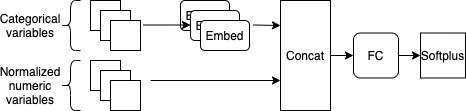
Earlier version of the draw.io export manuscript/images/nn.png (kasaai/embed-actuarial). Source tidied: cells renumbered, new cells last; positions are measured from the earlier drawing's top-left corner, leaving out a move shared by most shapes.
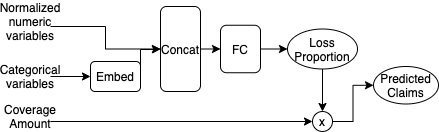
After the commit.

Change to the diagram source:
```diff
@@ -1,78 +1,62 @@
-<mxGraphModel>
+<mxGraphModel math="1">
   <root>
     <mxCell id="0" />
     <mxCell id="1" parent="0" />
-    <mxCell id="2" style="rounded=0;whiteSpace=wrap;html=1;" parent="1" vertex="1">
-      <mxGeometry x="80" width="30" height="30" as="geometry" />
-    </mxCell>
+    <mxCell id="23" style="edgeStyle=orthogonalEdgeStyle;rounded=0;jettySize=auto;html=1;exitX=1;exitY=0.75;exitDx=0;exitDy=0;entryX=0;entryY=0.5;entryDx=0;entryDy=0;" parent="1" edge="1" source="12" target="16">
+      <mxGeometry relative="1" as="geometry" />
+    </mxCell>
+    <mxCell id="12" value="Normalized numeric variables" style="text;html=1;strokeColor=none;fillColor=none;align=center;verticalAlign=middle;whiteSpace=wrap;rounded=0;" parent="1" vertex="1">
+      <mxGeometry x="-10" y="45" width="40" height="20" as="geometry" />
+    </mxCell>
-    <mxCell id="3" style="shape=curlyBracket;whiteSpace=wrap;html=1;rounded=1;" parent="1" vertex="1">
-      <mxGeometry x="50" width="20" height="50" as="geometry" />
+    <mxCell id="3" style="edgeStyle=orthogonalEdgeStyle;rounded=0;jettySize=auto;html=1;exitX=1;exitY=0.5;exitDx=0;exitDy=0;" parent="1" edge="1" source="24" target="25">
+      <mxGeometry relative="1" as="geometry" />
     </mxCell>
+    <mxCell id="24" value="Categorical variables" style="text;html=1;strokeColor=none;fillColor=none;align=center;verticalAlign=middle;whiteSpace=wrap;rounded=0;" parent="1" vertex="1">
+      <mxGeometry x="-10" y="100" width="40" height="20" as="geometry" />
+    </mxCell>
-    <mxCell id="4" value="Categorical variables" style="text;html=1;strokeColor=none;fillColor=none;align=center;verticalAlign=middle;whiteSpace=wrap;rounded=0;" parent="1" vertex="1">
-      <mxGeometry y="15" width="40" height="20" as="geometry" />
+    <mxCell id="4" style="edgeStyle=orthogonalEdgeStyle;rounded=0;jettySize=auto;html=1;exitX=1;exitY=0.5;exitDx=0;exitDy=0;entryX=0;entryY=0.5;entryDx=0;entryDy=0;" parent="1" edge="1" source="25" target="16">
+      <mxGeometry relative="1" as="geometry">
+        <Array as="points">
+          <mxPoint x="120" y="83" />
+          <mxPoint x="130" y="83" />
+        </Array>
+      </mxGeometry>
     </mxCell>
+    <mxCell id="25" value="Embed" style="rounded=1;whiteSpace=wrap;html=1;" parent="1" vertex="1">
+      <mxGeometry x="70" y="95" width="50" height="30" as="geometry" />
+    </mxCell>
+    <mxCell id="26" style="edgeStyle=orthogonalEdgeStyle;rounded=0;jettySize=auto;html=1;exitX=1;exitY=0.5;exitDx=0;exitDy=0;entryX=0;entryY=0.5;entryDx=0;entryDy=0;" parent="1" edge="1" source="16" target="5">
+      <mxGeometry relative="1" as="geometry" />
+    </mxCell>
+    <mxCell id="16" value="Concat" style="rounded=1;whiteSpace=wrap;html=1;" parent="1" vertex="1">
+      <mxGeometry x="140" y="40" width="40" height="85" as="geometry" />
+    </mxCell>
+    <mxCell id="6" style="edgeStyle=orthogonalEdgeStyle;rounded=0;jettySize=auto;html=1;exitX=1;exitY=0.5;exitDx=0;exitDy=0;entryX=0;entryY=0.5;entryDx=0;entryDy=0;" parent="1" edge="1" source="5" target="27">
+      <mxGeometry relative="1" as="geometry" />
+    </mxCell>
-    <mxCell id="5" value="Embed" style="rounded=1;whiteSpace=wrap;html=1;" parent="1" vertex="1">
-      <mxGeometry x="170" width="49" height="30" as="geometry" />
+    <mxCell id="5" value="FC" style="rounded=1;whiteSpace=wrap;html=1;" parent="1" vertex="1">
+      <mxGeometry x="200" y="58.8" width="40" height="47.5" as="geometry" />
     </mxCell>
-    <mxCell id="6" style="rounded=0;whiteSpace=wrap;html=1;" parent="1" vertex="1">
-      <mxGeometry x="90" y="10" width="30" height="30" as="geometry" />
-    </mxCell>
+    <mxCell id="9" style="edgeStyle=orthogonalEdgeStyle;rounded=0;jettySize=auto;html=1;exitX=0.5;exitY=1;exitDx=0;exitDy=0;" parent="1" edge="1" source="27" target="8">
+      <mxGeometry relative="1" as="geometry" />
+    </mxCell>
+    <mxCell id="27" value="Loss Proportion" style="ellipse;whiteSpace=wrap;html=1;" parent="1" vertex="1">
+      <mxGeometry x="267" y="62.5" width="70" height="40" as="geometry" />
+    </mxCell>
+    <mxCell id="28" style="edgeStyle=orthogonalEdgeStyle;rounded=0;jettySize=auto;html=1;exitX=1;exitY=0.75;exitDx=0;exitDy=0;entryX=0;entryY=0.5;entryDx=0;entryDy=0;" parent="1" edge="1" source="7" target="8">
+      <mxGeometry relative="1" as="geometry" />
+    </mxCell>
-    <mxCell id="7" style="rounded=0;whiteSpace=wrap;html=1;" parent="1" vertex="1">
-      <mxGeometry x="100" y="20" width="30" height="30" as="geometry" />
+    <mxCell id="7" value="Coverage Amount" style="text;html=1;strokeColor=none;fillColor=none;align=center;verticalAlign=middle;whiteSpace=wrap;rounded=0;" parent="1" vertex="1">
+      <mxGeometry x="-10" y="140" width="40" height="20" as="geometry" />
     </mxCell>
+    <mxCell id="11" style="edgeStyle=orthogonalEdgeStyle;rounded=0;jettySize=auto;html=1;exitX=1;exitY=0.5;exitDx=0;exitDy=0;entryX=0;entryY=0.5;entryDx=0;entryDy=0;" parent="1" edge="1" source="8" target="10">
+      <mxGeometry relative="1" as="geometry" />
+    </mxCell>
-    <mxCell id="8" value="Embed" style="rounded=1;whiteSpace=wrap;html=1;" parent="1" vertex="1">
-      <mxGeometry x="180" y="10" width="49" height="30" as="geometry" />
+    <mxCell id="8" value="x" style="ellipse;whiteSpace=wrap;html=1;perimeter=ellipsePerimeter;glass=0;" parent="1" vertex="1">
+      <mxGeometry x="292" y="145" width="20" height="20" as="geometry" />
     </mxCell>
-    <mxCell id="9" value="Embed" style="rounded=1;whiteSpace=wrap;html=1;" parent="1" vertex="1">
-      <mxGeometry x="190" y="20" width="49" height="30" as="geometry" />
-    </mxCell>
-    <mxCell id="10" style="rounded=0;whiteSpace=wrap;html=1;" parent="1" vertex="1">
-      <mxGeometry x="80" y="60" width="30" height="30" as="geometry" />
+    <mxCell id="10" value="Predicted&lt;br&gt;Claims" style="ellipse;whiteSpace=wrap;html=1;" parent="1" vertex="1">
+      <mxGeometry x="353" y="100" width="65" height="37.5" as="geometry" />
     </mxCell>
-    <mxCell id="11" style="shape=curlyBracket;whiteSpace=wrap;html=1;rounded=1;" parent="1" vertex="1">
-      <mxGeometry x="50" y="60" width="20" height="50" as="geometry" />
-    </mxCell>
-    <mxCell id="12" value="Normalized numeric variables" style="text;html=1;strokeColor=none;fillColor=none;align=center;verticalAlign=middle;whiteSpace=wrap;rounded=0;" parent="1" vertex="1">
-      <mxGeometry y="75" width="40" height="20" as="geometry" />
-    </mxCell>
-    <mxCell id="13" style="rounded=0;whiteSpace=wrap;html=1;" parent="1" vertex="1">
-      <mxGeometry x="90" y="70" width="30" height="30" as="geometry" />
-    </mxCell>
-    <mxCell id="14" style="rounded=0;whiteSpace=wrap;html=1;" parent="1" vertex="1">
-      <mxGeometry x="100" y="80" width="30" height="30" as="geometry" />
-    </mxCell>
-    <mxCell id="15" style="edgeStyle=orthogonalEdgeStyle;rounded=0;jettySize=auto;html=1;exitX=1;exitY=0.5;exitDx=0;exitDy=0;entryX=0;entryY=0.5;entryDx=0;entryDy=0;" parent="1" edge="1" source="16" target="21">
-      <mxGeometry relative="1" as="geometry" />
-    </mxCell>
-    <mxCell id="16" value="Concat" style="rounded=0;whiteSpace=wrap;html=1;" parent="1" vertex="1">
-      <mxGeometry x="270" width="50" height="110" as="geometry" />
-    </mxCell>
-    <mxCell id="17" style="endArrow=classic;html=1;" parent="1" edge="1">
-      <mxGeometry relative="1" as="geometry">
-        <mxPoint x="140" y="80" as="sourcePoint" />
-        <mxPoint x="270" y="80" as="targetPoint" />
-      </mxGeometry>
-    </mxCell>
-    <mxCell id="18" style="endArrow=classic;html=1;" parent="1" edge="1">
-      <mxGeometry relative="1" as="geometry">
-        <mxPoint x="243" y="24.5" as="sourcePoint" />
-        <mxPoint x="270" y="25" as="targetPoint" />
-      </mxGeometry>
-    </mxCell>
-    <mxCell id="19" style="endArrow=classic;html=1;" parent="1" edge="1">
-      <mxGeometry relative="1" as="geometry">
-        <mxPoint x="133" y="24.5" as="sourcePoint" />
-        <mxPoint x="180" y="24.5" as="targetPoint" />
-      </mxGeometry>
-    </mxCell>
-    <mxCell id="20" style="edgeStyle=orthogonalEdgeStyle;rounded=0;jettySize=auto;html=1;exitX=1;exitY=0.5;exitDx=0;exitDy=0;" parent="1" edge="1" source="21" target="22">
-      <mxGeometry relative="1" as="geometry" />
-    </mxCell>
-    <mxCell id="21" value="FC" style="rounded=1;whiteSpace=wrap;html=1;" parent="1" vertex="1">
-      <mxGeometry x="343" y="32.5" width="45" height="45" as="geometry" />
-    </mxCell>
-    <mxCell id="22" value="Softplus" style="rounded=0;whiteSpace=wrap;html=1;" parent="1" vertex="1">
-      <mxGeometry x="410" y="32.5" width="45" height="45" as="geometry" />
-    </mxCell>
   </root>
 </mxGraphModel>
```
